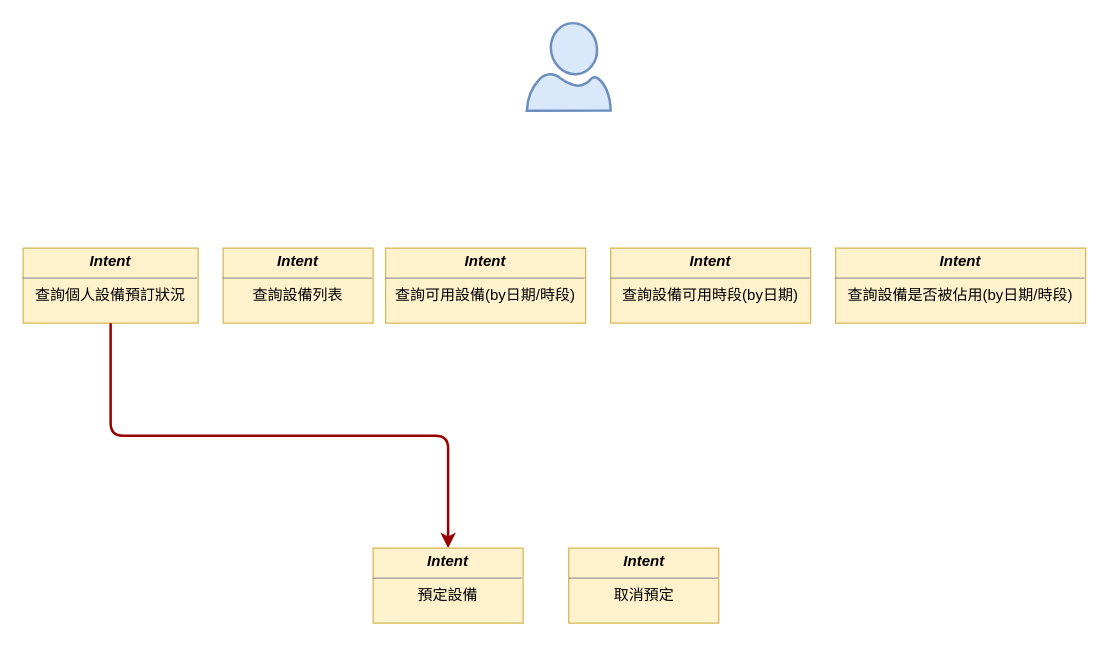
The draw.io diagram page "whl_family" (2 of 3) of resources/assets/qa_bot dialog flow.drawio in shihxuancheng/qa_bot, before the edit. Source tidied: cells renumbered, new cells numbered last; positions are measured from the earlier drawing's top-left corner, leaving out a move shared by most shapes. Both pictures are drawn from the tidied source at 125%, with x=0, y=0 at pixel (22, 22).
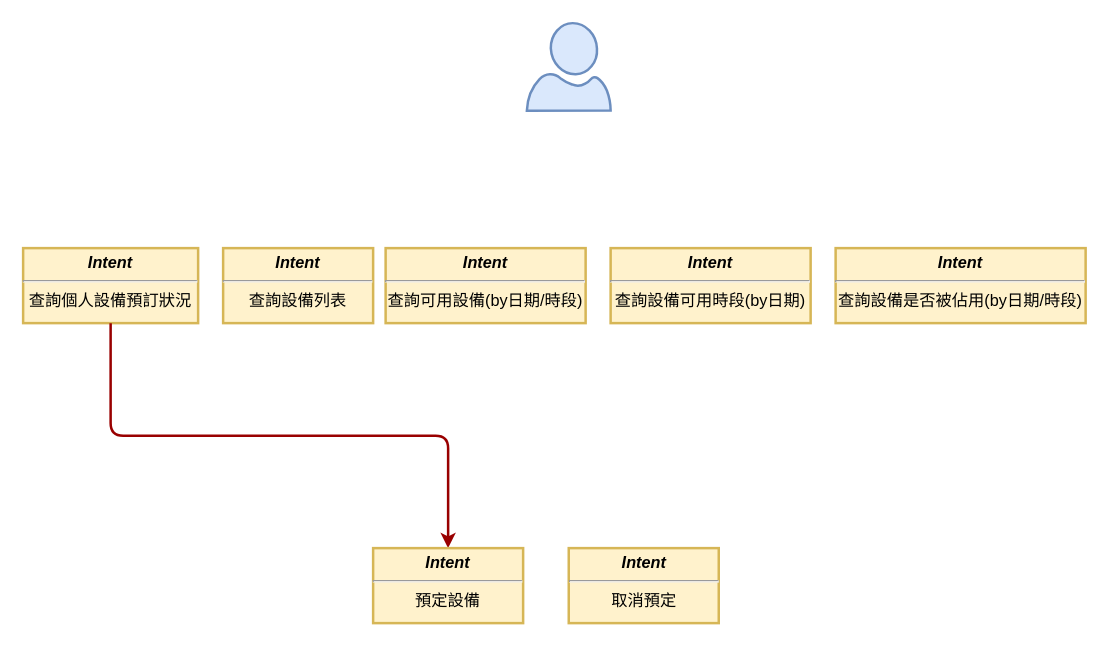
The same diagram, later.

What changed in the source:
```diff
@@
 <mxGraphModel background="#ffffff">
   <root>
     <mxCell id="0" />
     <mxCell id="1" parent="0" />
-    <mxCell id="2" value="&lt;p style=&quot;margin: 4px 0px 0px&quot;&gt;&lt;b&gt;&lt;i&gt;Intent&lt;/i&gt;&lt;/b&gt;&lt;/p&gt;&lt;hr size=&quot;1&quot;&gt;&lt;div style=&quot;height: 2px&quot;&gt;查詢個人設備預訂狀況&lt;/div&gt;" style="verticalAlign=top;align=center;overflow=fill;fontSize=12;fontFamily=Helvetica;html=1;fillColor=#fff2cc;strokeColor=#d6b656;" parent="1" vertex="1">
+    <mxCell id="2" value="&lt;p style=&quot;margin: 4px 0px 0px; font-size: 13px;&quot;&gt;&lt;b style=&quot;font-size: 13px;&quot;&gt;&lt;i style=&quot;font-size: 13px;&quot;&gt;Intent&lt;/i&gt;&lt;/b&gt;&lt;/p&gt;&lt;hr style=&quot;font-size: 13px;&quot;&gt;&lt;div style=&quot;height: 2px; font-size: 13px;&quot;&gt;查詢個人設備預訂狀況&lt;/div&gt;" style="verticalAlign=top;align=center;overflow=fill;fontSize=13;fontFamily=Helvetica;html=1;fillColor=#fff2cc;strokeColor=#d6b656;gradientColor=none;strokeWidth=2;" parent="1" vertex="1">
       <mxGeometry y="180" width="140" height="60" as="geometry" />
     </mxCell>
-    <mxCell id="3" value="&lt;p style=&quot;margin: 4px 0px 0px&quot;&gt;&lt;b&gt;&lt;i&gt;Intent&lt;/i&gt;&lt;/b&gt;&lt;/p&gt;&lt;hr size=&quot;1&quot;&gt;&lt;div style=&quot;height: 2px&quot;&gt;查詢設備列表&lt;/div&gt;" style="verticalAlign=top;align=center;overflow=fill;fontSize=12;fontFamily=Helvetica;html=1;fillColor=#fff2cc;strokeColor=#d6b656;" parent="1" vertex="1">
+    <mxCell id="3" value="&lt;p style=&quot;margin: 4px 0px 0px; font-size: 13px;&quot;&gt;&lt;b style=&quot;font-size: 13px;&quot;&gt;&lt;i style=&quot;font-size: 13px;&quot;&gt;Intent&lt;/i&gt;&lt;/b&gt;&lt;/p&gt;&lt;hr style=&quot;font-size: 13px;&quot;&gt;&lt;div style=&quot;height: 2px; font-size: 13px;&quot;&gt;查詢設備列表&lt;/div&gt;" style="verticalAlign=top;align=center;overflow=fill;fontSize=13;fontFamily=Helvetica;html=1;fillColor=#fff2cc;strokeColor=#d6b656;strokeWidth=2;gradientColor=none;" parent="1" vertex="1">
       <mxGeometry x="160" y="180" width="120" height="60" as="geometry" />
     </mxCell>
-    <mxCell id="4" style="strokeColor=#990000;strokeWidth=2;exitX=0.5;exitY=1;exitDx=0;exitDy=0;entryX=0.5;entryY=0;entryDx=0;entryDy=0;rounded=1;edgeStyle=elbowEdgeStyle;elbow=vertical;" parent="1" edge="1" source="2" target="9">
+    <mxCell id="4" style="strokeColor=#990000;strokeWidth=2;exitX=0.5;exitY=1;exitDx=0;exitDy=0;entryX=0.5;entryY=0;entryDx=0;entryDy=0;rounded=1;edgeStyle=elbowEdgeStyle;elbow=vertical;fontSize=13;" parent="1" edge="1" source="2" target="9">
       <mxGeometry relative="1" as="geometry" />
     </mxCell>
-    <mxCell id="5" value="&lt;p style=&quot;margin: 4px 0px 0px&quot;&gt;&lt;b&gt;&lt;i&gt;Intent&lt;/i&gt;&lt;/b&gt;&lt;/p&gt;&lt;hr size=&quot;1&quot;&gt;&lt;div style=&quot;height: 2px&quot;&gt;查詢可用設備(by日期/時段)&lt;/div&gt;" style="verticalAlign=top;align=center;overflow=fill;fontSize=12;fontFamily=Helvetica;html=1;fillColor=#fff2cc;strokeColor=#d6b656;" parent="1" vertex="1">
+    <mxCell id="5" value="&lt;p style=&quot;margin: 4px 0px 0px; font-size: 13px;&quot;&gt;&lt;b style=&quot;font-size: 13px;&quot;&gt;&lt;i style=&quot;font-size: 13px;&quot;&gt;Intent&lt;/i&gt;&lt;/b&gt;&lt;/p&gt;&lt;hr style=&quot;font-size: 13px;&quot;&gt;&lt;div style=&quot;height: 2px; font-size: 13px;&quot;&gt;查詢可用設備(by日期/時段)&lt;/div&gt;" style="verticalAlign=top;align=center;overflow=fill;fontSize=13;fontFamily=Helvetica;html=1;fillColor=#fff2cc;strokeColor=#d6b656;strokeWidth=2;gradientColor=none;" parent="1" vertex="1">
       <mxGeometry x="290" y="180" width="160" height="60" as="geometry" />
     </mxCell>
-    <mxCell id="6" value="&lt;p style=&quot;margin: 4px 0px 0px&quot;&gt;&lt;b&gt;&lt;i&gt;Intent&lt;/i&gt;&lt;/b&gt;&lt;/p&gt;&lt;hr size=&quot;1&quot;&gt;&lt;div style=&quot;height: 2px&quot;&gt;查詢設備可用時段(by日期)&lt;/div&gt;" style="verticalAlign=top;align=center;overflow=fill;fontSize=12;fontFamily=Helvetica;html=1;fillColor=#fff2cc;strokeColor=#d6b656;" parent="1" vertex="1">
+    <mxCell id="6" value="&lt;p style=&quot;margin: 4px 0px 0px; font-size: 13px;&quot;&gt;&lt;b style=&quot;font-size: 13px;&quot;&gt;&lt;i style=&quot;font-size: 13px;&quot;&gt;Intent&lt;/i&gt;&lt;/b&gt;&lt;/p&gt;&lt;hr style=&quot;font-size: 13px;&quot;&gt;&lt;div style=&quot;height: 2px; font-size: 13px;&quot;&gt;查詢設備可用時段(by日期)&lt;/div&gt;" style="verticalAlign=top;align=center;overflow=fill;fontSize=13;fontFamily=Helvetica;html=1;fillColor=#fff2cc;strokeColor=#d6b656;strokeWidth=2;gradientColor=none;" parent="1" vertex="1">
       <mxGeometry x="470" y="180" width="160" height="60" as="geometry" />
     </mxCell>
-    <mxCell id="7" value="&lt;p style=&quot;margin: 4px 0px 0px&quot;&gt;&lt;b&gt;&lt;i&gt;Intent&lt;/i&gt;&lt;/b&gt;&lt;/p&gt;&lt;hr size=&quot;1&quot;&gt;&lt;div style=&quot;height: 2px&quot;&gt;查詢設備是否被佔用(by日期/時段)&lt;/div&gt;" style="verticalAlign=top;align=center;overflow=fill;fontSize=12;fontFamily=Helvetica;html=1;fillColor=#fff2cc;strokeColor=#d6b656;" parent="1" vertex="1">
+    <mxCell id="7" value="&lt;p style=&quot;margin: 4px 0px 0px; font-size: 13px;&quot;&gt;&lt;b style=&quot;font-size: 13px;&quot;&gt;&lt;i style=&quot;font-size: 13px;&quot;&gt;Intent&lt;/i&gt;&lt;/b&gt;&lt;/p&gt;&lt;hr style=&quot;font-size: 13px;&quot;&gt;&lt;div style=&quot;height: 2px; font-size: 13px;&quot;&gt;查詢設備是否被佔用(by日期/時段)&lt;/div&gt;" style="verticalAlign=top;align=center;overflow=fill;fontSize=13;fontFamily=Helvetica;html=1;fillColor=#fff2cc;strokeColor=#d6b656;strokeWidth=2;gradientColor=none;" parent="1" vertex="1">
       <mxGeometry x="650" y="180" width="200" height="60" as="geometry" />
     </mxCell>
-    <mxCell id="8" style="verticalLabelPosition=bottom;html=1;verticalAlign=top;align=center;strokeColor=#6c8ebf;fillColor=#dae8fc;shape=mxgraph.azure.user;strokeWidth=2;" parent="1" vertex="1">
+    <mxCell id="8" style="verticalLabelPosition=bottom;html=1;verticalAlign=top;align=center;strokeColor=#6c8ebf;fillColor=#dae8fc;shape=mxgraph.azure.user;strokeWidth=2;fontSize=13;" parent="1" vertex="1">
       <mxGeometry x="403" width="67" height="70" as="geometry" />
     </mxCell>
-    <mxCell id="9" value="&lt;p style=&quot;margin: 4px 0px 0px&quot;&gt;&lt;b&gt;&lt;i&gt;Intent&lt;/i&gt;&lt;/b&gt;&lt;/p&gt;&lt;hr size=&quot;1&quot;&gt;&lt;div style=&quot;height: 2px&quot;&gt;預定設備&lt;/div&gt;" style="verticalAlign=top;align=center;overflow=fill;fontSize=12;fontFamily=Helvetica;html=1;fillColor=#fff2cc;strokeColor=#d6b656;" parent="1" vertex="1">
+    <mxCell id="9" value="&lt;p style=&quot;margin: 4px 0px 0px; font-size: 13px;&quot;&gt;&lt;b style=&quot;font-size: 13px;&quot;&gt;&lt;i style=&quot;font-size: 13px;&quot;&gt;Intent&lt;/i&gt;&lt;/b&gt;&lt;/p&gt;&lt;hr style=&quot;font-size: 13px;&quot;&gt;&lt;div style=&quot;height: 2px; font-size: 13px;&quot;&gt;預定設備&lt;/div&gt;" style="verticalAlign=top;align=center;overflow=fill;fontSize=13;fontFamily=Helvetica;html=1;fillColor=#fff2cc;strokeColor=#d6b656;strokeWidth=2;gradientColor=none;" parent="1" vertex="1">
       <mxGeometry x="280" y="420" width="120" height="60" as="geometry" />
     </mxCell>
-    <mxCell id="10" value="&lt;p style=&quot;margin: 4px 0px 0px&quot;&gt;&lt;b&gt;&lt;i&gt;Intent&lt;/i&gt;&lt;/b&gt;&lt;/p&gt;&lt;hr size=&quot;1&quot;&gt;&lt;div style=&quot;height: 2px&quot;&gt;取消預定&lt;/div&gt;" style="verticalAlign=top;align=center;overflow=fill;fontSize=12;fontFamily=Helvetica;html=1;fillColor=#fff2cc;strokeColor=#d6b656;" parent="1" vertex="1">
+    <mxCell id="10" value="&lt;p style=&quot;margin: 4px 0px 0px; font-size: 13px;&quot;&gt;&lt;b style=&quot;font-size: 13px;&quot;&gt;&lt;i style=&quot;font-size: 13px;&quot;&gt;Intent&lt;/i&gt;&lt;/b&gt;&lt;/p&gt;&lt;hr style=&quot;font-size: 13px;&quot;&gt;&lt;div style=&quot;height: 2px; font-size: 13px;&quot;&gt;取消預定&lt;/div&gt;" style="verticalAlign=top;align=center;overflow=fill;fontSize=13;fontFamily=Helvetica;html=1;fillColor=#fff2cc;strokeColor=#d6b656;strokeWidth=2;gradientColor=none;" parent="1" vertex="1">
       <mxGeometry x="436.5" y="420" width="120" height="60" as="geometry" />
     </mxCell>
   </root>
 </mxGraphModel>
```
